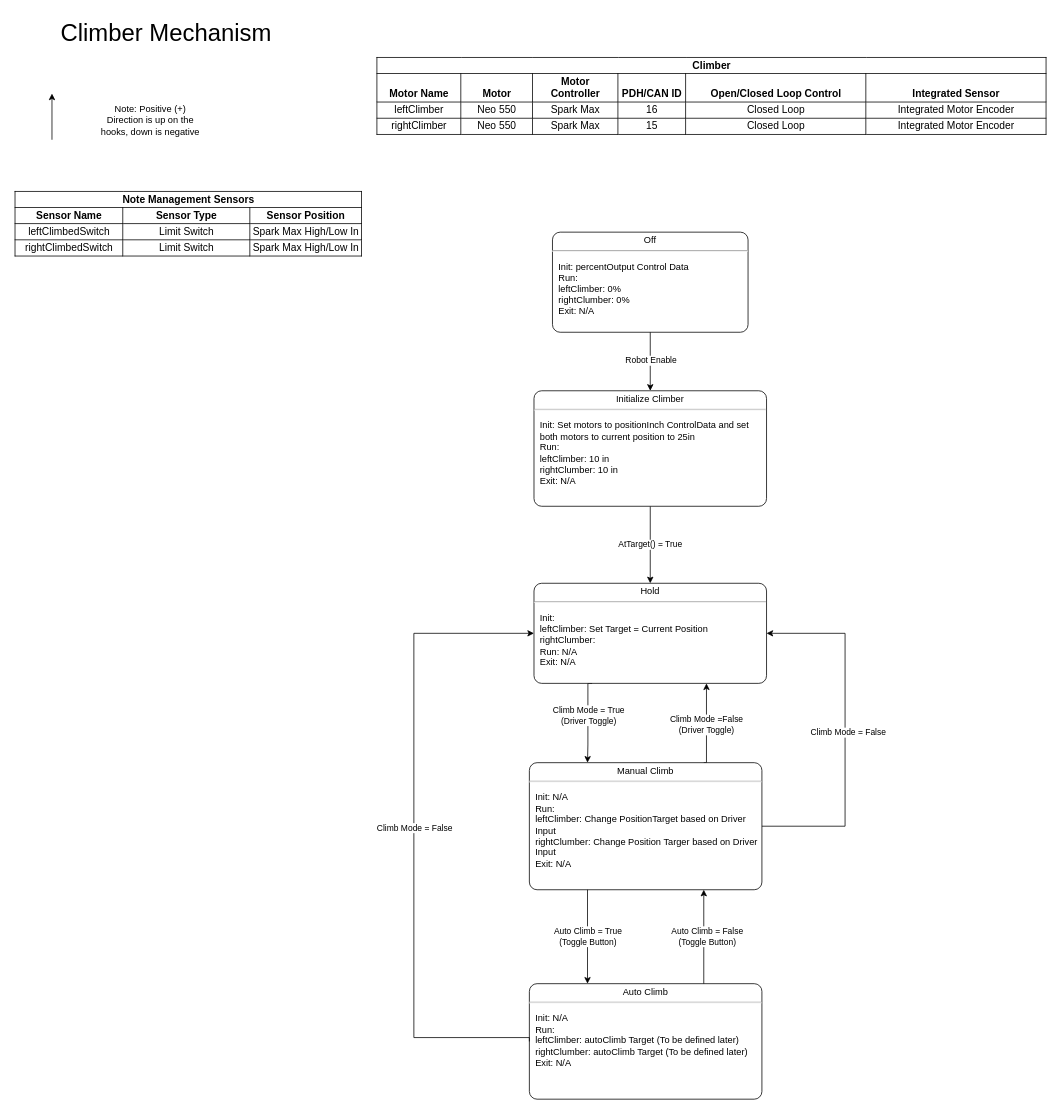
Earlier version of the draw.io diagram CodeDocumentation/Climber State Diagram.drawio (Team302/2024Crescendo). Source tidied: cells renumbered, new cells numbered last; positions are measured from the earlier drawing's top-left corner, leaving out a move shared by most shapes. Both pictures are drawn from the tidied source at 77%, with x=0, y=0 at pixel (13, 13).
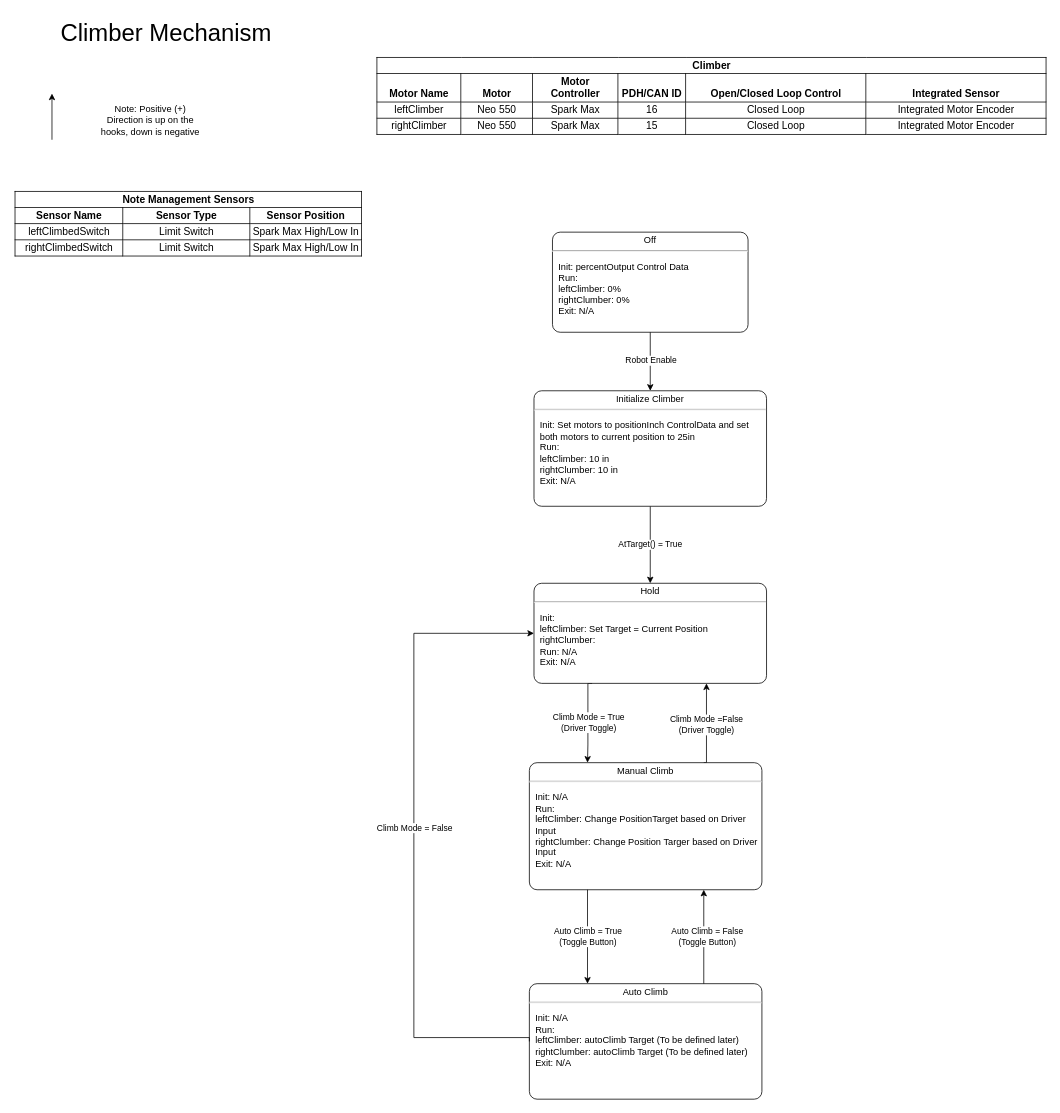
The same diagram, later.

Commit message (it also covers changes not shown here):
Updated Climber Mech based on state diagram chages

The change refers to these unchanged cells:
```xml
<mxCell id="6" style="edgeStyle=orthogonalEdgeStyle;rounded=0;jettySize=auto;html=1;exitX=0.25;exitY=1;exitDx=0;exitDy=0;exitPerimeter=0;entryX=0.25;entryY=0;entryDx=0;entryDy=0;entryPerimeter=0;" parent="1" edge="1" source="24" target="10">
  <mxGeometry relative="1" as="geometry">
    <Array as="points">
      <mxPoint x="746" y="870" />
      <mxPoint x="746" y="950" />
    </Array>
  </mxGeometry>
</mxCell>
<mxCell id="10" value="&lt;p style=&quot;margin:0px;margin-top:4px;text-align:center;&quot;&gt;Manual Climb&lt;/p&gt;&lt;hr&gt;&lt;p&gt;&lt;/p&gt;&lt;p style=&quot;margin:0px;margin-left:8px;text-align:left;&quot;&gt;Init: N/A&lt;br&gt;Run:&lt;/p&gt;&lt;p style=&quot;border-color: var(--border-color); margin: 0px 0px 0px 8px; text-align: left;&quot;&gt;leftClimber: Change PositionTarget based on Driver Input&lt;/p&gt;&lt;p style=&quot;border-color: var(--border-color); margin: 0px 0px 0px 8px; text-align: left;&quot;&gt;rightClumber: Change Position Targer based on Driver Input&lt;/p&gt;&lt;p style=&quot;margin:0px;margin-left:8px;text-align:left;&quot;&gt;Exit: N/A&lt;/p&gt;" style="shape=mxgraph.sysml.simpleState;html=1;overflow=fill;whiteSpace=wrap;align=center;" parent="1" vertex="1">
  <mxGeometry x="670" y="973" width="302" height="165" as="geometry" />
</mxCell>
<mxCell id="24" value="&lt;p style=&quot;margin:0px;margin-top:4px;text-align:center;&quot;&gt;Hold&lt;/p&gt;&lt;hr&gt;&lt;p&gt;&lt;/p&gt;&lt;p style=&quot;margin:0px;margin-left:8px;text-align:left;&quot;&gt;Init:&amp;nbsp;&lt;/p&gt;&lt;p style=&quot;margin:0px;margin-left:8px;text-align:left;&quot;&gt;leftClimber: Set Target = Current Position&lt;/p&gt;&lt;p style=&quot;border-color: var(--border-color); margin: 0px 0px 0px 8px; text-align: left;&quot;&gt;rightClumber:&amp;nbsp;&lt;/p&gt;&lt;p style=&quot;margin:0px;margin-left:8px;text-align:left;&quot;&gt;Run: N/A&amp;nbsp;&lt;/p&gt;&lt;p style=&quot;margin:0px;margin-left:8px;text-align:left;&quot;&gt;&lt;span style=&quot;background-color: initial;&quot;&gt;Exit: N/A&lt;/span&gt;&lt;br&gt;&lt;/p&gt;" style="shape=mxgraph.sysml.simpleState;html=1;overflow=fill;whiteSpace=wrap;align=center;" parent="1" vertex="1">
  <mxGeometry x="676" y="740" width="302" height="130" as="geometry" />
</mxCell>
```

What changed in the source:
```diff
@@
     <mxCell id="7" value="Climb Mode = True&lt;br&gt;(Driver Toggle)" style="edgeLabel;html=1;align=center;verticalAlign=middle;" parent="6" vertex="1">
       <mxGeometry x="-0.11" y="3" relative="1" as="geometry">
-        <mxPoint x="-3" y="-1" as="offset" />
+        <mxPoint x="-3" y="8" as="offset" />
       </mxGeometry>
     </mxCell>
@@
-    <mxCell id="11" style="edgeStyle=orthogonalEdgeStyle;rounded=0;jettySize=auto;html=1;entryX=1;entryY=0.5;entryDx=0;entryDy=0;entryPerimeter=0;" parent="1" edge="1" source="10" target="24">
-      <mxGeometry relative="1" as="geometry">
-        <Array as="points">
-          <mxPoint x="1080" y="1056" />
-          <mxPoint x="1080" y="805" />
-        </Array>
-      </mxGeometry>
-    </mxCell>
-    <mxCell id="12" value="Climb Mode = False" style="edgeLabel;html=1;align=center;verticalAlign=middle;" parent="11" vertex="1">
-      <mxGeometry y="-3" relative="1" as="geometry" />
-    </mxCell>
```
